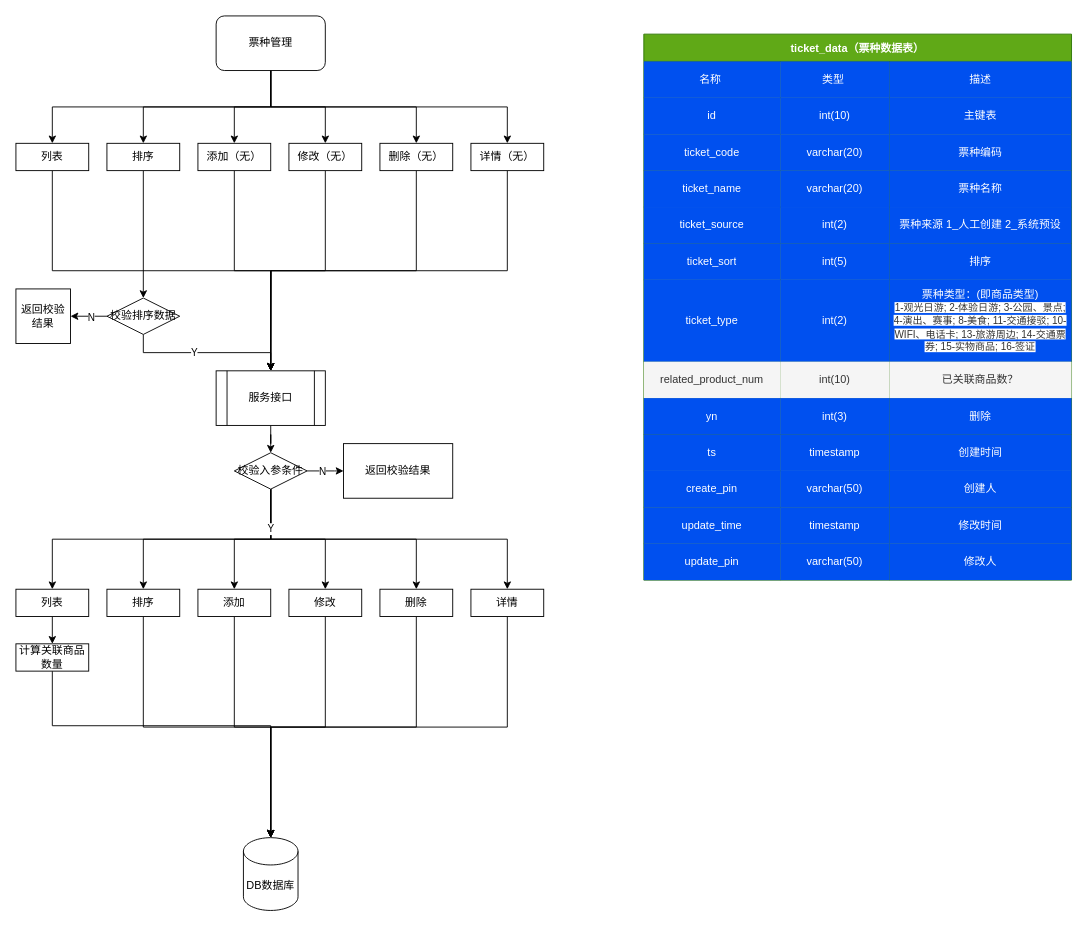
Earlier version of the draw.io diagram page "票种管理" (1 of 2) of tour-product.drawio (liqiang0113/Project). Source tidied: cells renumbered, new cells numbered last; positions are measured from the earlier drawing's top-left corner, leaving out a move shared by most shapes. Both pictures are drawn from the tidied source at 91%, with x=0, y=0 at pixel (15, 15).
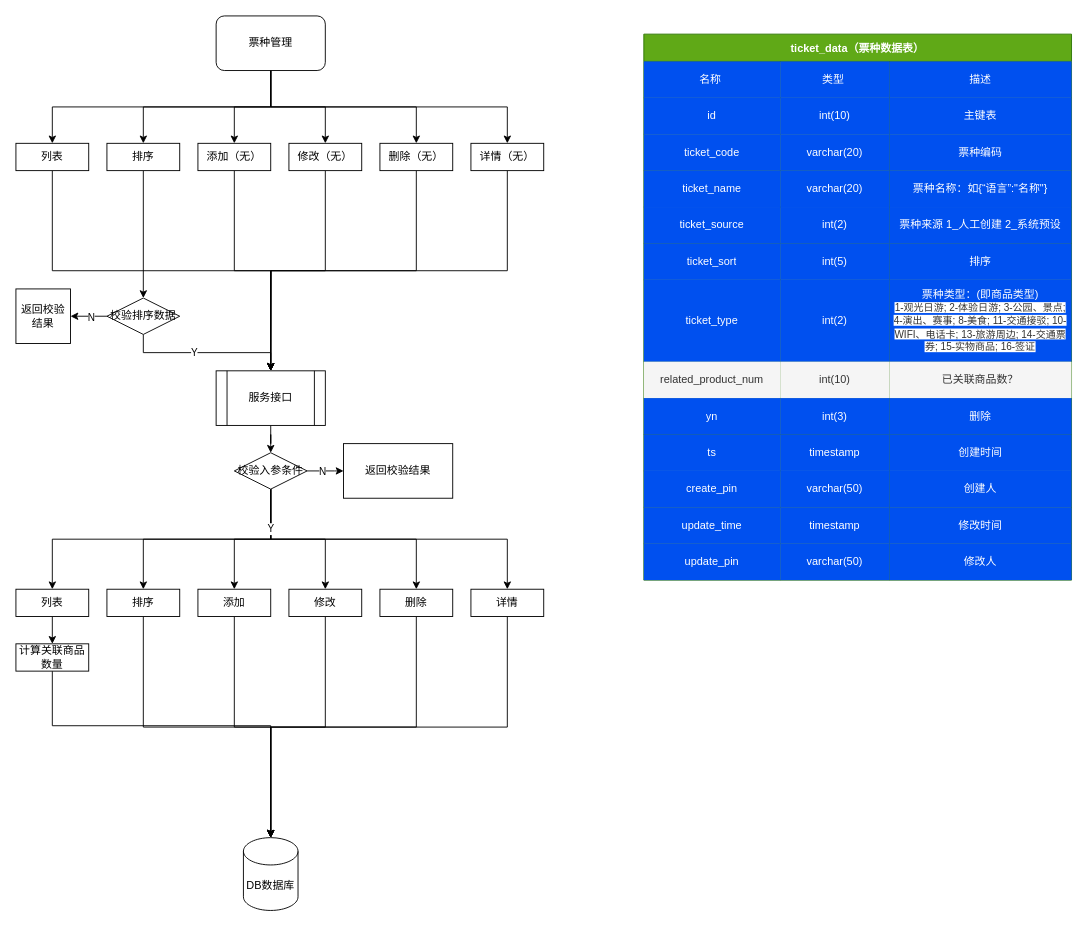
Above is the later version.

The change refers to these unchanged cells:
```xml
<mxCell id="68" style="shape=tableRow;horizontal=0;startSize=0;swimlaneHead=0;swimlaneBody=0;top=0;left=0;bottom=0;right=0;fillColor=none;" parent="55" vertex="1">
  <mxGeometry y="150" width="470" height="40" as="geometry" />
</mxCell>
```

Change to the diagram source:
```diff
@@
-    <mxCell id="71" value="票种名称" style="shape=partialRectangle;html=1;whiteSpace=wrap;fillColor=#0050ef;top=0;left=0;bottom=0;right=0;overflow=hidden;strokeColor=#FFCCE6;fontColor=#ffffff;strokeWidth=10;" parent="68" vertex="1">
+    <mxCell id="71" value="票种名称：如{“语言”:&quot;名称&quot;}" style="shape=partialRectangle;html=1;whiteSpace=wrap;fillColor=#0050ef;top=0;left=0;bottom=0;right=0;overflow=hidden;strokeColor=#FFCCE6;fontColor=#ffffff;strokeWidth=10;" parent="68" vertex="1">
       <mxGeometry x="270" width="200" height="40" as="geometry" />
     </mxCell>
```
